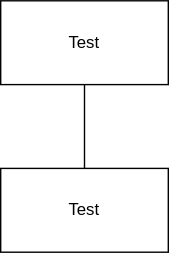
The draw.io diagram img/nw_ote.drawio.svg in yuma-shin/draw.io, before a commit. Source tidied: cells renumbered, new cells last; positions are measured from the earlier drawing's top-left corner, leaving out a move shared by most shapes.
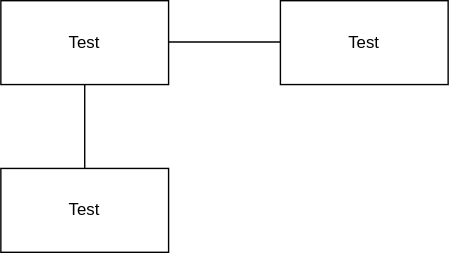
The same file after the commit.

Diff of the diagram source:
```diff
@@ -13,5 +13,14 @@
         <mxPoint x="60" y="60" as="targetPoint" />
       </mxGeometry>
     </mxCell>
+    <mxCell id="5" value="Test" style="rounded=0;whiteSpace=wrap;html=1;" parent="1" vertex="1">
+      <mxGeometry x="200" width="120" height="60" as="geometry" />
+    </mxCell>
+    <mxCell id="6" style="endArrow=none;html=1;exitX=0.5;exitY=0;exitDx=0;exitDy=0;" parent="1" edge="1">
+      <mxGeometry relative="1" as="geometry">
+        <mxPoint x="120" y="29.5" as="sourcePoint" />
+        <mxPoint x="200" y="29.5" as="targetPoint" />
+      </mxGeometry>
+    </mxCell>
   </root>
 </mxGraphModel>
```
